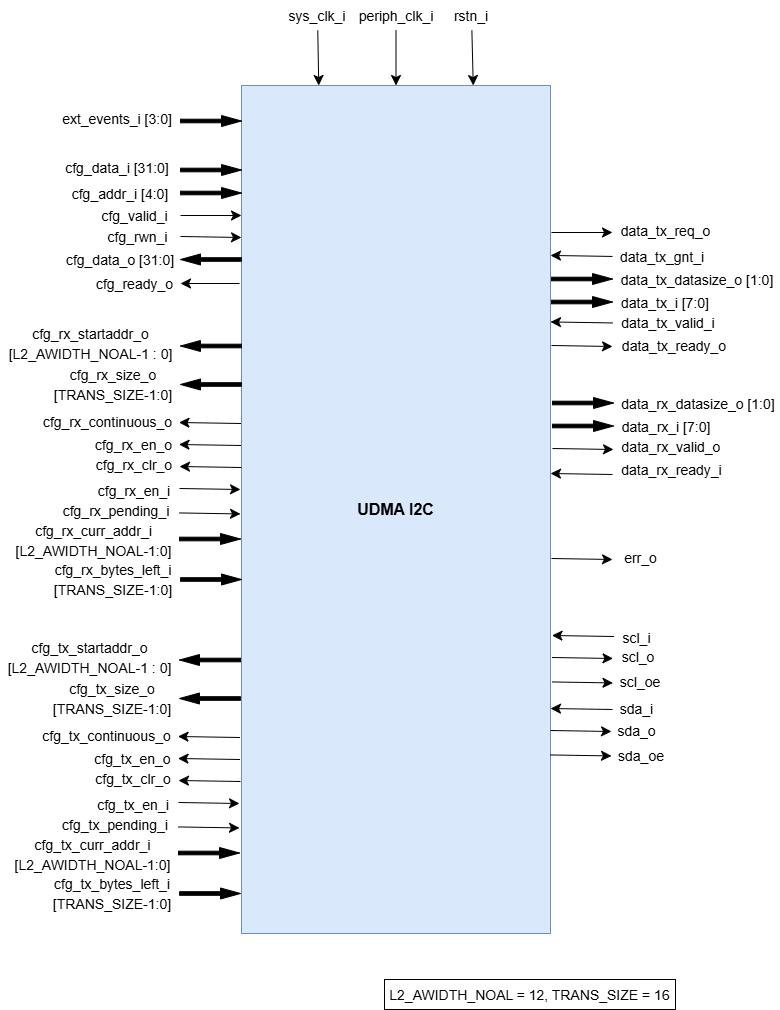
This is docs/doc-src/ip-blocks/udma_i2c_pin_diagram.png from openhwgroup/core-v-mcu, a draw.io export, as it was before one commit. Source tidied: cells renumbered, new cells last; positions are measured from the earlier drawing's top-left corner, leaving out a move shared by most shapes.
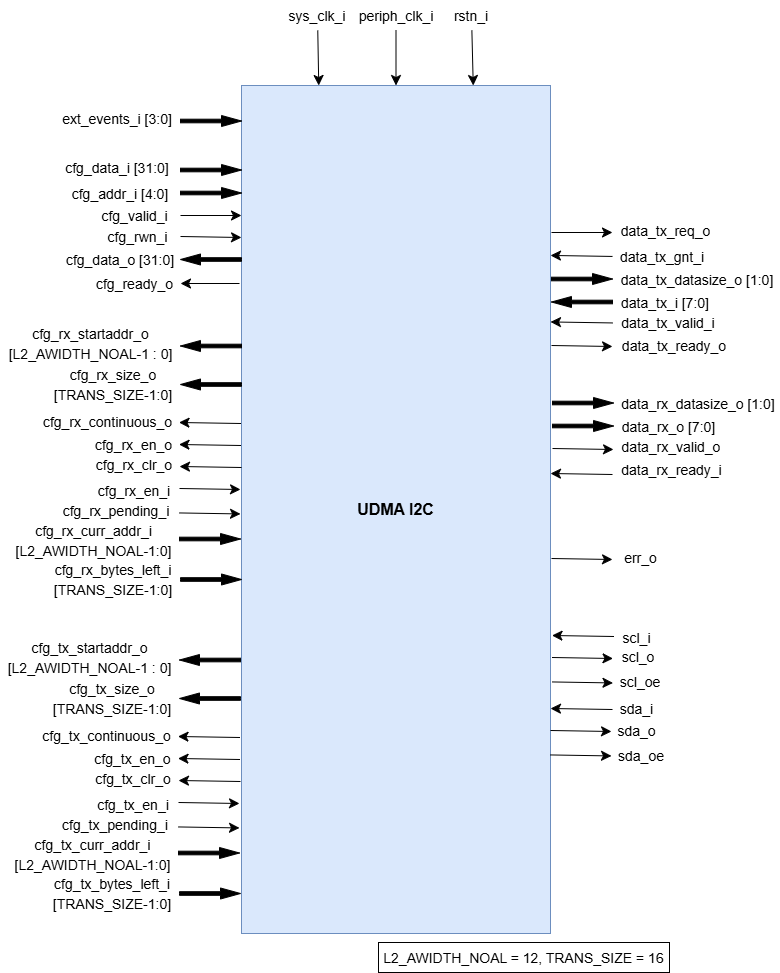
Later version of the same file.

Commit message:
Add port details

Change to the diagram source:
```diff
@@ -35,7 +35,7 @@
       <mxGeometry x="441" width="60" height="30" as="geometry" />
     </mxCell>
     <mxCell id="11" value="&lt;font style=&quot;font-size: 14px;&quot;&gt;L2_AWIDTH_NOAL = 12, TRANS_SIZE = 16&lt;/font&gt;" style="text;html=1;align=center;verticalAlign=middle;whiteSpace=wrap;rounded=0;fontSize=16;strokeColor=default;" parent="1" vertex="1">
-      <mxGeometry x="384" y="979" width="291" height="30" as="geometry" />
+      <mxGeometry x="378" y="942" width="291" height="30" as="geometry" />
     </mxCell>
     <mxCell id="12" style="html=1;shadow=0;dashed=0;align=center;verticalAlign=middle;shape=mxgraph.arrows2.arrow;dy=0.67;dx=20;notch=0;fillColor=#000000;rounded=0;fillStyle=auto;gradientColor=none;gradientDirection=radial;" parent="1" vertex="1">
       <mxGeometry x="180" y="115" width="61" height="11" as="geometry" />
@@ -89,7 +89,7 @@
     <mxCell id="26" style="html=1;shadow=0;dashed=0;align=center;verticalAlign=middle;shape=mxgraph.arrows2.arrow;dy=0.67;dx=20;notch=0;fillColor=#000000;rounded=0;" parent="1" vertex="1">
       <mxGeometry x="551" y="273" width="61" height="11" as="geometry" />
     </mxCell>
-    <mxCell id="27" style="html=1;shadow=0;dashed=0;align=center;verticalAlign=middle;shape=mxgraph.arrows2.arrow;dy=0.67;dx=20;notch=0;fillColor=#000000;rounded=0;" parent="1" vertex="1">
+    <mxCell id="27" style="html=1;shadow=0;dashed=0;align=center;verticalAlign=middle;shape=mxgraph.arrows2.arrow;dy=0.67;dx=20;notch=0;fillColor=#000000;rounded=0;direction=west;" parent="1" vertex="1">
       <mxGeometry x="551" y="296" width="61" height="11" as="geometry" />
     </mxCell>
     <mxCell id="28" style="endArrow=classic;html=1;fontSize=12;startSize=8;endSize=8;curved=1;exitX=1;exitY=0.5;exitDx=0;exitDy=0;" parent="1" edge="1">
@@ -140,8 +140,8 @@
         <mxPoint x="613" y="449" as="targetPoint" />
       </mxGeometry>
     </mxCell>
-    <mxCell id="40" value="&lt;font style=&quot;font-size: 14px;&quot;&gt;data_rx_i [7:0]&lt;/font&gt;" style="text;html=1;align=center;verticalAlign=middle;whiteSpace=wrap;rounded=0;fontSize=16;" parent="1" vertex="1">
-      <mxGeometry x="616" y="410.5" width="100" height="30" as="geometry" />
+    <mxCell id="40" value="&lt;font style=&quot;font-size: 14px;&quot;&gt;data_rx_o [7:0]&lt;/font&gt;" style="text;html=1;align=center;verticalAlign=middle;whiteSpace=wrap;rounded=0;fontSize=16;" parent="1" vertex="1">
+      <mxGeometry x="616" y="410.5" width="105" height="30" as="geometry" />
     </mxCell>
     <mxCell id="41" value="&lt;font style=&quot;font-size: 14px;&quot;&gt;data_rx_valid_o&lt;/font&gt;" style="text;html=1;align=center;verticalAlign=middle;whiteSpace=wrap;rounded=0;fontSize=16;" parent="1" vertex="1">
       <mxGeometry x="613" y="431" width="116" height="30" as="geometry" />
```
